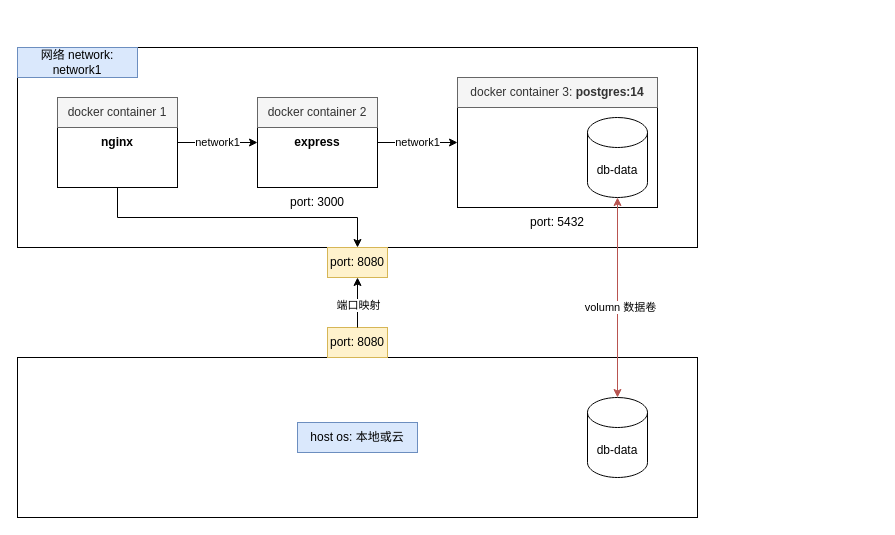
Above: server/docs/docker-design.drawio in knight174/docker-compose-demo (draw.io), before the change. Source tidied: cells renumbered, new cells numbered last; positions are measured from the earlier drawing's top-left corner, leaving out a move shared by most shapes. Both pictures are drawn from the tidied source at 100%, with x=0, y=0 at pixel (17, 47). Pictures stored in the file or linked from it are replaced by grey dashed boxes.
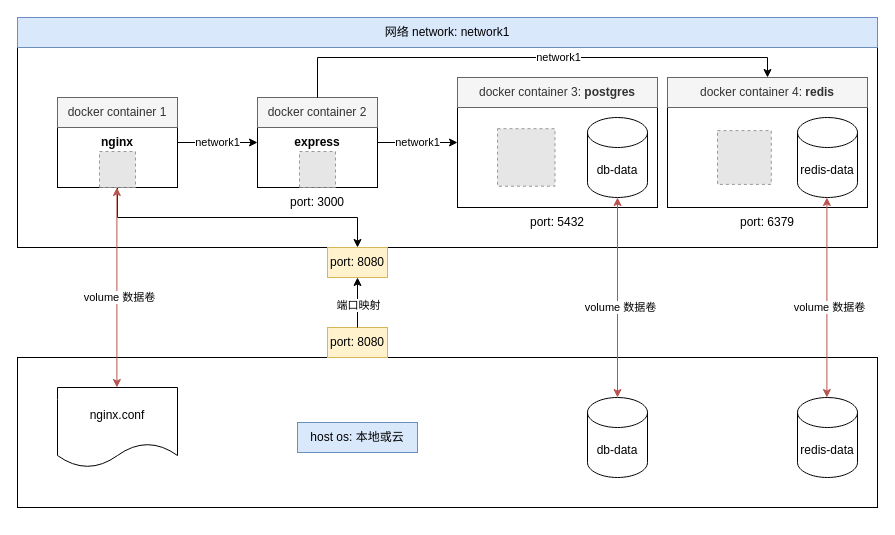
The same diagram, later.

The change refers to these unchanged cells:
```xml
<mxCell id="12" value="docker container 2" style="text;html=1;strokeColor=#666666;fillColor=#f5f5f5;align=center;verticalAlign=middle;whiteSpace=wrap;rounded=0;fontColor=#333333;" parent="1" vertex="1">
  <mxGeometry x="240" y="50" width="120" height="30" as="geometry" />
</mxCell>
<mxCell id="23" style="endArrow=classic;startArrow=classic;html=1;rounded=0;fillColor=#f8cecc;strokeColor=#b85450;" parent="1" edge="1" source="18">
  <mxGeometry relative="1" as="geometry">
    <mxPoint x="600" y="150" as="targetPoint" />
  </mxGeometry>
</mxCell>
```

What changed in the source:
```diff
@@
     <mxCell id="2" style="rounded=0;whiteSpace=wrap;html=1;" parent="1" vertex="1">
-      <mxGeometry y="310" width="680" height="160" as="geometry" />
+      <mxGeometry y="310" width="860" height="150" as="geometry" />
     </mxCell>
     <mxCell id="3" style="rounded=0;whiteSpace=wrap;html=1;" parent="1" vertex="1">
-      <mxGeometry width="680" height="200" as="geometry" />
+      <mxGeometry y="-30" width="860" height="230" as="geometry" />
     </mxCell>
     <mxCell id="4" value="网络 network: network1" style="text;html=1;strokeColor=#6c8ebf;fillColor=#dae8fc;align=center;verticalAlign=middle;whiteSpace=wrap;rounded=0;" parent="1" vertex="1">
-      <mxGeometry width="120" height="30" as="geometry" />
+      <mxGeometry y="-30" width="860" height="30" as="geometry" />
     </mxCell>
@@
-    <mxCell id="13" value="docker container 3:&lt;b&gt; postgres:14&lt;/b&gt;" style="text;html=1;strokeColor=#666666;fillColor=#f5f5f5;align=center;verticalAlign=middle;whiteSpace=wrap;rounded=0;fontColor=#333333;" parent="1" vertex="1">
+    <mxCell id="13" value="docker container 3:&lt;b&gt; postgres&lt;/b&gt;" style="text;html=1;strokeColor=#666666;fillColor=#f5f5f5;align=center;verticalAlign=middle;whiteSpace=wrap;rounded=0;fontColor=#333333;" parent="1" vertex="1">
       <mxGeometry x="440" y="30" width="200" height="30" as="geometry" />
     </mxCell>
@@
-    <mxCell id="24" value="volumn 数据卷" style="edgeLabel;html=1;align=center;verticalAlign=middle;" parent="23" vertex="1">
+    <mxCell id="24" value="volume 数据卷" style="edgeLabel;html=1;align=center;verticalAlign=middle;" parent="23" vertex="1">
       <mxGeometry x="-0.09" y="-2" relative="1" as="geometry" />
     </mxCell>
+    <mxCell id="25" style="rounded=0;whiteSpace=wrap;html=1;" parent="1" vertex="1">
+      <mxGeometry x="650" y="30" width="200" height="130" as="geometry" />
+    </mxCell>
+    <mxCell id="26" value="docker container 4:&lt;b&gt;&amp;nbsp;redis&lt;/b&gt;" style="text;html=1;strokeColor=#666666;fillColor=#f5f5f5;align=center;verticalAlign=middle;whiteSpace=wrap;rounded=0;fontColor=#333333;" parent="1" vertex="1">
+      <mxGeometry x="650" y="30" width="200" height="30" as="geometry" />
+    </mxCell>
+    <mxCell id="27" value="redis-data" style="shape=cylinder3;whiteSpace=wrap;html=1;boundedLbl=1;backgroundOutline=1;size=15;" parent="1" vertex="1">
+      <mxGeometry x="780" y="70" width="60" height="80" as="geometry" />
+    </mxCell>
+    <mxCell id="28" value="redis-data" style="shape=cylinder3;whiteSpace=wrap;html=1;boundedLbl=1;backgroundOutline=1;size=15;" parent="1" vertex="1">
+      <mxGeometry x="780" y="350" width="60" height="80" as="geometry" />
+    </mxCell>
+    <mxCell id="29" style="endArrow=classic;startArrow=classic;html=1;rounded=0;fillColor=#f8cecc;strokeColor=#b85450;" parent="1" edge="1">
+      <mxGeometry relative="1" as="geometry">
+        <mxPoint x="809.4" y="350" as="sourcePoint" />
+        <mxPoint x="809.4" y="150" as="targetPoint" />
+      </mxGeometry>
+    </mxCell>
+    <mxCell id="30" value="volume 数据卷" style="edgeLabel;html=1;align=center;verticalAlign=middle;" parent="29" vertex="1">
+      <mxGeometry x="-0.09" y="-2" relative="1" as="geometry" />
+    </mxCell>
+    <mxCell id="31" style="endArrow=classic;html=1;rounded=0;entryX=0.5;entryY=0;entryDx=0;entryDy=0;exitX=0.5;exitY=0;exitDx=0;exitDy=0;" parent="1" edge="1" source="12" target="26">
+      <mxGeometry relative="1" as="geometry">
+        <Array as="points">
+          <mxPoint x="300" y="10" />
+          <mxPoint x="750" y="10" />
+        </Array>
+      </mxGeometry>
+    </mxCell>
+    <mxCell id="32" value="network1" style="edgeLabel;html=1;align=center;verticalAlign=middle;" parent="31" vertex="1">
+      <mxGeometry x="0.1" y="1" relative="1" as="geometry">
+        <mxPoint x="-1" as="offset" />
+      </mxGeometry>
+    </mxCell>
+    <mxCell id="33" value="nginx.conf" style="shape=document;whiteSpace=wrap;html=1;boundedLbl=1;" parent="1" vertex="1">
+      <mxGeometry x="40" y="340" width="120" height="80" as="geometry" />
+    </mxCell>
+    <mxCell id="34" style="endArrow=classic;startArrow=classic;html=1;rounded=0;fillColor=#f8cecc;strokeColor=#b85450;" parent="1" edge="1">
+      <mxGeometry relative="1" as="geometry">
+        <mxPoint x="99.4" y="340" as="sourcePoint" />
+        <mxPoint x="99.4" y="140" as="targetPoint" />
+      </mxGeometry>
+    </mxCell>
+    <mxCell id="35" value="volume 数据卷" style="edgeLabel;html=1;align=center;verticalAlign=middle;" parent="34" vertex="1">
+      <mxGeometry x="-0.09" y="-2" relative="1" as="geometry" />
+    </mxCell>
+    <mxCell id="36" style="fillColor=#E6E6E6;strokeColor=#999999;dashed=1;verticalLabelPosition=bottom;labelBackgroundColor=default;verticalAlign=top;" parent="1" vertex="1">
+      <mxGeometry x="82" y="104" width="36" height="36" as="geometry" />
+    </mxCell>
+    <mxCell id="37" value="port: 6379" style="text;html=1;strokeColor=none;fillColor=none;align=center;verticalAlign=middle;whiteSpace=wrap;rounded=0;" parent="1" vertex="1">
+      <mxGeometry x="720" y="160" width="60" height="30" as="geometry" />
+    </mxCell>
+    <mxCell id="38" style="fillColor=#E6E6E6;strokeColor=#999999;dashed=1;verticalLabelPosition=bottom;labelBackgroundColor=default;verticalAlign=top;" parent="1" vertex="1">
+      <mxGeometry x="282" y="104" width="36" height="36" as="geometry" />
+    </mxCell>
+    <mxCell id="39" style="fillColor=#E6E6E6;strokeColor=#999999;dashed=1;verticalLabelPosition=bottom;labelBackgroundColor=default;verticalAlign=top;" parent="1" vertex="1">
+      <mxGeometry x="480" y="81.2" width="57.5" height="57.5" as="geometry" />
+    </mxCell>
+    <mxCell id="40" style="fillColor=#E6E6E6;strokeColor=#999999;dashed=1;verticalLabelPosition=bottom;labelBackgroundColor=default;verticalAlign=top;" parent="1" vertex="1">
+      <mxGeometry x="700" y="83.1" width="53.8" height="53.8" as="geometry" />
+    </mxCell>
```
